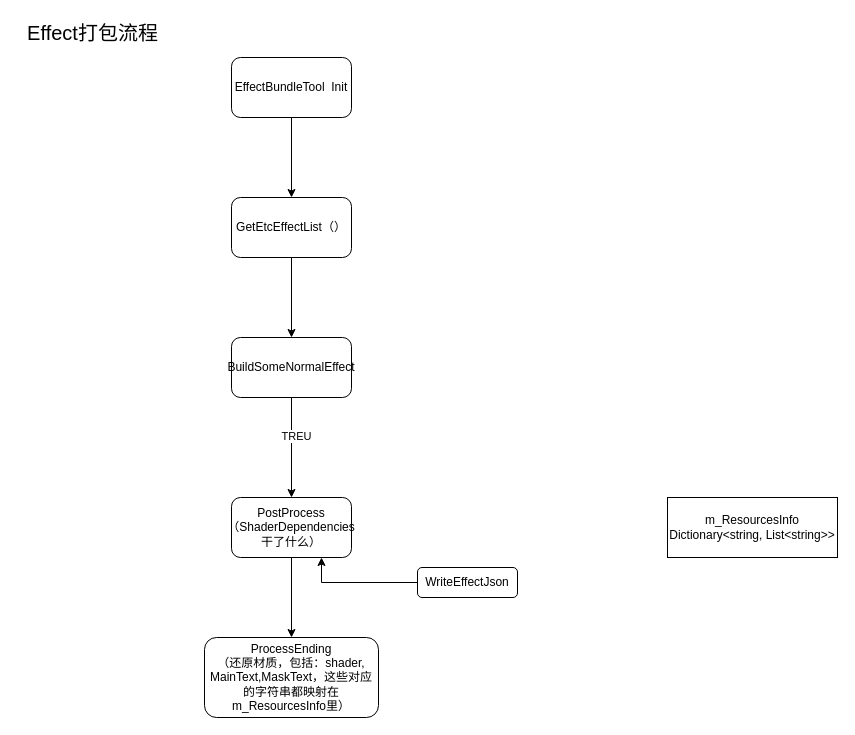
Earlier version of the draw.io diagram PackingModel.drawio (gatzai/DrawioStorage). Source tidied: cells renumbered, new cells numbered last; positions are measured from the earlier drawing's top-left corner, leaving out a move shared by most shapes. Both pictures are drawn from the tidied source at 100%, with x=0, y=0 at pixel (17, 17).
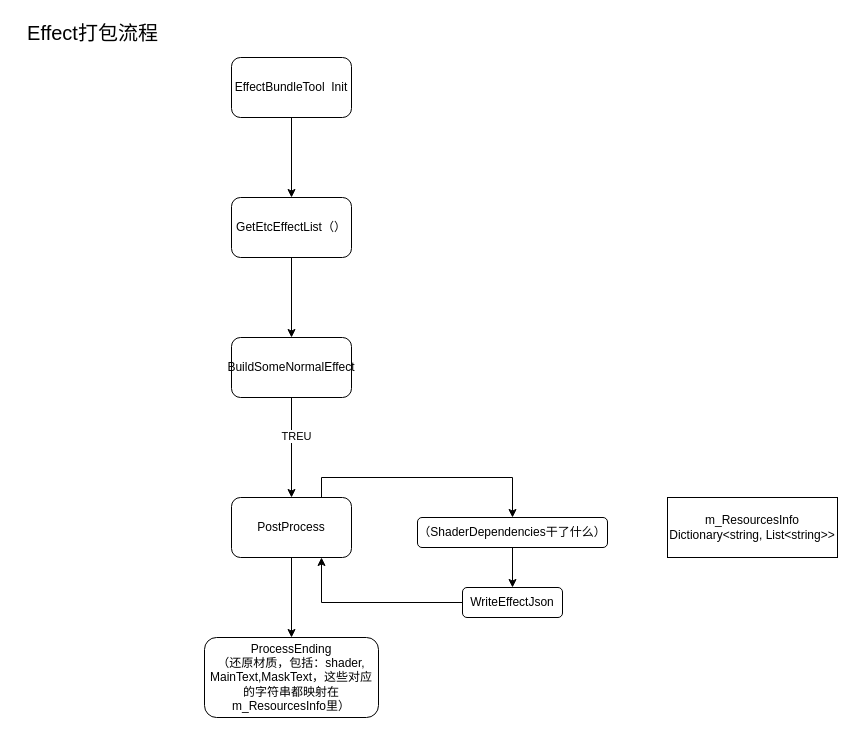
After the change.

The edit, as a diff of the source:
```diff
@@
 <mxGraphModel>
   <root>
     <mxCell id="0" />
     <mxCell id="1" parent="0" />
     <mxCell id="2" style="edgeStyle=orthogonalEdgeStyle;rounded=0;jettySize=auto;html=1;" parent="1" edge="1" source="3" target="5">
       <mxGeometry relative="1" as="geometry" />
     </mxCell>
     <mxCell id="3" value="EffectBundleTool&amp;nbsp; Init" style="rounded=1;whiteSpace=wrap;html=1;" parent="1" vertex="1">
       <mxGeometry x="214" y="40" width="120" height="60" as="geometry" />
     </mxCell>
     <mxCell id="4" style="edgeStyle=orthogonalEdgeStyle;rounded=0;jettySize=auto;html=1;" parent="1" edge="1" source="5" target="8">
       <mxGeometry relative="1" as="geometry" />
     </mxCell>
     <mxCell id="5" value="GetEtcEffectList（）" style="rounded=1;whiteSpace=wrap;html=1;" parent="1" vertex="1">
       <mxGeometry x="214" y="180" width="120" height="60" as="geometry" />
     </mxCell>
     <mxCell id="6" style="edgeStyle=orthogonalEdgeStyle;rounded=0;jettySize=auto;html=1;exitX=0.5;exitY=1;exitDx=0;exitDy=0;" parent="1" edge="1" source="8" target="10">
       <mxGeometry relative="1" as="geometry" />
     </mxCell>
     <mxCell id="7" value="TREU" style="edgeLabel;html=1;align=center;verticalAlign=middle;" parent="6" vertex="1">
       <mxGeometry x="-0.24" y="4" relative="1" as="geometry" />
     </mxCell>
     <mxCell id="8" value="BuildSomeNormalEffect" style="rounded=1;whiteSpace=wrap;html=1;" parent="1" vertex="1">
       <mxGeometry x="214" y="320" width="120" height="60" as="geometry" />
     </mxCell>
     <mxCell id="9" style="edgeStyle=orthogonalEdgeStyle;rounded=0;jettySize=auto;html=1;" parent="1" edge="1" source="10" target="11">
       <mxGeometry relative="1" as="geometry" />
     </mxCell>
+    <mxCell id="16" style="edgeStyle=orthogonalEdgeStyle;rounded=0;jettySize=auto;html=1;exitX=0.75;exitY=0;exitDx=0;exitDy=0;entryX=0.5;entryY=0;entryDx=0;entryDy=0;fontSize=20;" parent="1" edge="1" source="10" target="18">
+      <mxGeometry relative="1" as="geometry" />
+    </mxCell>
-    <mxCell id="10" value="PostProcess&lt;br&gt;（ShaderDependencies干了什么）" style="rounded=1;whiteSpace=wrap;html=1;" parent="1" vertex="1">
+    <mxCell id="10" value="PostProcess" style="rounded=1;whiteSpace=wrap;html=1;" parent="1" vertex="1">
       <mxGeometry x="214" y="480" width="120" height="60" as="geometry" />
     </mxCell>
     <mxCell id="11" value="ProcessEnding&lt;br&gt;（还原材质，包括：shader, MainText,MaskText，这些对应的字符串都映射在m_ResourcesInfo里）" style="rounded=1;whiteSpace=wrap;html=1;" parent="1" vertex="1">
       <mxGeometry x="187" y="620" width="174" height="80" as="geometry" />
     </mxCell>
     <mxCell id="12" value="m_ResourcesInfo&lt;br&gt;Dictionary&amp;lt;string, List&amp;lt;string&amp;gt;&amp;gt;" style="rounded=0;whiteSpace=wrap;html=1;" parent="1" vertex="1">
       <mxGeometry x="650" y="480" width="170" height="60" as="geometry" />
     </mxCell>
     <mxCell id="13" style="edgeStyle=orthogonalEdgeStyle;rounded=0;jettySize=auto;html=1;exitX=0;exitY=0.5;exitDx=0;exitDy=0;entryX=0.75;entryY=1;entryDx=0;entryDy=0;" parent="1" edge="1" source="14" target="10">
       <mxGeometry relative="1" as="geometry" />
     </mxCell>
     <mxCell id="14" value="&lt;span style=&quot;text-align: left&quot;&gt;WriteEffectJson&lt;/span&gt;" style="rounded=1;whiteSpace=wrap;html=1;" parent="1" vertex="1">
-      <mxGeometry x="400" y="550" width="100" height="30" as="geometry" />
+      <mxGeometry x="445" y="570" width="100" height="30" as="geometry" />
     </mxCell>
     <mxCell id="15" value="Effect打包流程" style="text;html=1;align=center;verticalAlign=middle;fontSize=20;" parent="1" vertex="1">
       <mxGeometry width="150" height="30" as="geometry" />
     </mxCell>
+    <mxCell id="17" style="edgeStyle=orthogonalEdgeStyle;rounded=0;jettySize=auto;html=1;exitX=0.5;exitY=1;exitDx=0;exitDy=0;fontSize=20;" parent="1" edge="1" source="18" target="14">
+      <mxGeometry relative="1" as="geometry" />
+    </mxCell>
+    <mxCell id="18" value="&lt;span style=&quot;font-family: &amp;#34;helvetica&amp;#34;&quot;&gt;（ShaderDependencies干了什么）&lt;/span&gt;" style="rounded=1;whiteSpace=wrap;html=1;" parent="1" vertex="1">
+      <mxGeometry x="400" y="500" width="190" height="30" as="geometry" />
+    </mxCell>
   </root>
 </mxGraphModel>
```
